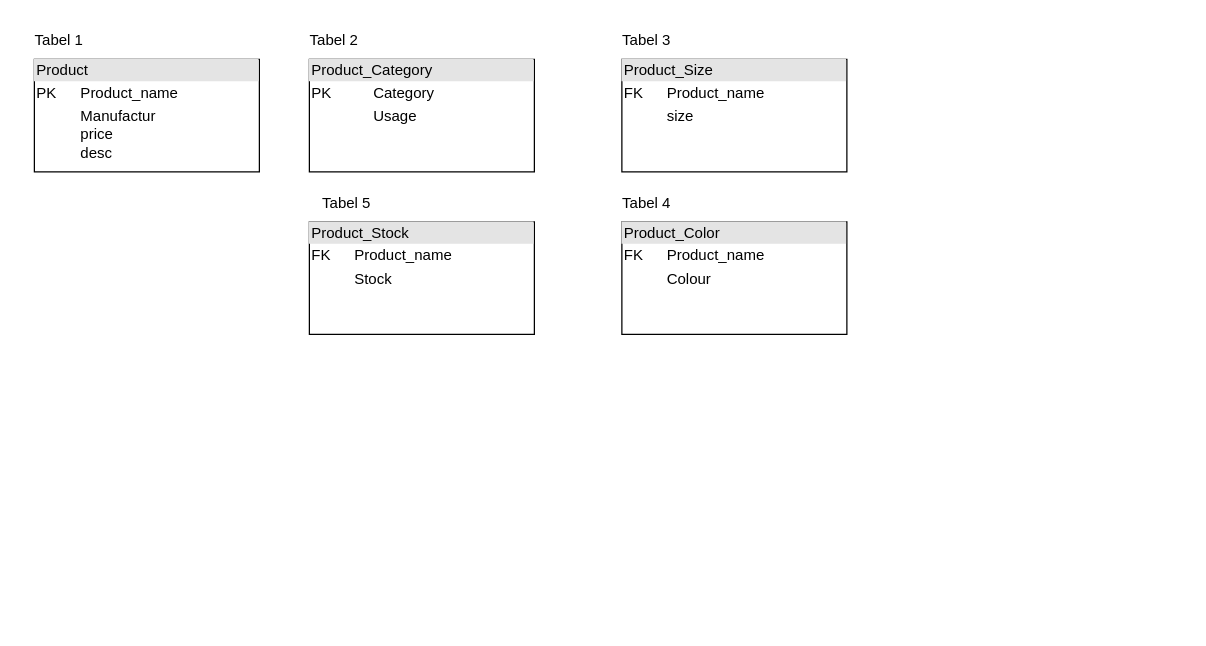
Before: praktikum_sbd.drawio in Ikhwanulhafidz09/Hafidzz, a draw.io diagram. Source tidied: cells renumbered, new cells numbered last; positions are measured from the earlier drawing's top-left corner, leaving out a move shared by most shapes. Both pictures are drawn from the tidied source at 125%, with x=0, y=0 at pixel (21, 21).
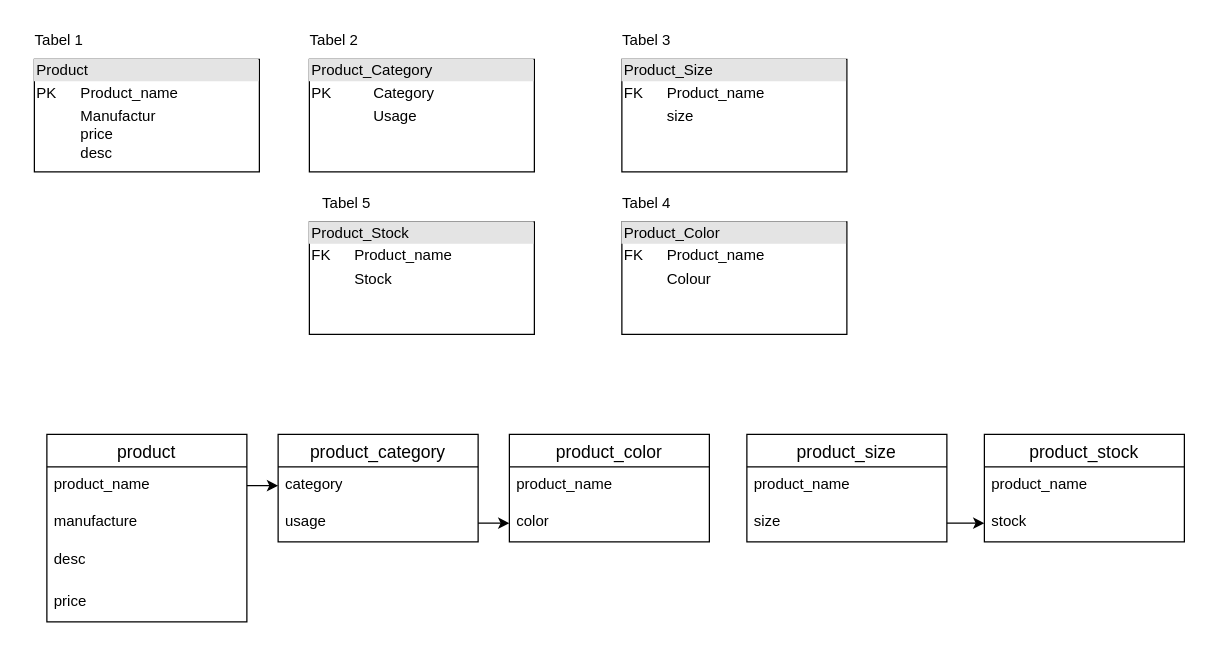
Above is the later version.

Change to the diagram source:
```diff
@@
+    <mxCell id="12" style="edgeStyle=orthogonalEdgeStyle;rounded=0;jettySize=auto;html=1;exitX=1;exitY=0.5;exitDx=0;exitDy=0;entryX=0;entryY=0.5;entryDx=0;entryDy=0;" parent="1" edge="1" source="14" target="19">
+      <mxGeometry relative="1" as="geometry" />
+    </mxCell>
+    <mxCell id="13" value="product" style="swimlane;fontStyle=0;horizontal=1;startSize=26;align=center;fontSize=14;" parent="1" vertex="1">
+      <mxGeometry x="20" y="330" width="160" height="150" as="geometry" />
+    </mxCell>
+    <mxCell id="14" value="product_name" style="text;strokeColor=none;fillColor=none;spacingLeft=4;spacingRight=4;overflow=hidden;points=[[0,0.5],[1,0.5]];portConstraint=eastwest;fontSize=12;whiteSpace=wrap;html=1;" parent="13" vertex="1">
+      <mxGeometry y="26" width="160" height="30" as="geometry" />
+    </mxCell>
+    <mxCell id="15" value="manufacture" style="text;strokeColor=none;fillColor=none;spacingLeft=4;spacingRight=4;overflow=hidden;fontSize=12;whiteSpace=wrap;html=1;" parent="13" vertex="1">
+      <mxGeometry y="56" width="160" height="30" as="geometry" />
+    </mxCell>
+    <mxCell id="16" value="desc&lt;div&gt;&lt;br&gt;&lt;/div&gt;" style="text;strokeColor=none;fillColor=none;spacingLeft=4;spacingRight=4;overflow=hidden;fontSize=12;whiteSpace=wrap;html=1;" parent="13" vertex="1">
+      <mxGeometry y="86" width="160" height="34" as="geometry" />
+    </mxCell>
+    <mxCell id="17" value="price" style="text;strokeColor=none;fillColor=none;spacingLeft=4;spacingRight=4;overflow=hidden;fontSize=12;whiteSpace=wrap;html=1;" parent="13" vertex="1">
+      <mxGeometry y="120" width="160" height="30" as="geometry" />
+    </mxCell>
+    <mxCell id="18" value="product_category" style="swimlane;fontStyle=0;horizontal=1;startSize=26;align=center;fontSize=14;" parent="1" vertex="1">
+      <mxGeometry x="205" y="330" width="160" height="86" as="geometry" />
+    </mxCell>
+    <mxCell id="19" value="category" style="text;strokeColor=none;fillColor=none;spacingLeft=4;spacingRight=4;overflow=hidden;points=[[0,0.5],[1,0.5]];portConstraint=eastwest;fontSize=12;whiteSpace=wrap;html=1;" parent="18" vertex="1">
+      <mxGeometry y="26" width="160" height="30" as="geometry" />
+    </mxCell>
+    <mxCell id="20" value="usage" style="text;strokeColor=none;fillColor=none;spacingLeft=4;spacingRight=4;overflow=hidden;points=[[0,0.5],[1,0.5]];portConstraint=eastwest;fontSize=12;whiteSpace=wrap;html=1;" parent="18" vertex="1">
+      <mxGeometry y="56" width="160" height="30" as="geometry" />
+    </mxCell>
+    <mxCell id="21" value="product_color" style="swimlane;fontStyle=0;horizontal=1;startSize=26;align=center;fontSize=14;" parent="1" vertex="1">
+      <mxGeometry x="390" y="330" width="160" height="86" as="geometry" />
+    </mxCell>
+    <mxCell id="22" value="product_name" style="text;strokeColor=none;fillColor=none;spacingLeft=4;spacingRight=4;overflow=hidden;fontSize=12;whiteSpace=wrap;html=1;" parent="21" vertex="1">
+      <mxGeometry y="26" width="160" height="30" as="geometry" />
+    </mxCell>
+    <mxCell id="23" value="color" style="text;strokeColor=none;fillColor=none;spacingLeft=4;spacingRight=4;overflow=hidden;points=[[0,0.5],[1,0.5]];portConstraint=eastwest;fontSize=12;whiteSpace=wrap;html=1;" parent="21" vertex="1">
+      <mxGeometry y="56" width="160" height="30" as="geometry" />
+    </mxCell>
+    <mxCell id="24" style="edgeStyle=orthogonalEdgeStyle;rounded=0;jettySize=auto;html=1;entryX=0;entryY=0.5;entryDx=0;entryDy=0;" parent="1" edge="1" source="20" target="23">
+      <mxGeometry relative="1" as="geometry" />
+    </mxCell>
+    <mxCell id="25" value="product_size" style="swimlane;fontStyle=0;horizontal=1;startSize=26;align=center;fontSize=14;" parent="1" vertex="1">
+      <mxGeometry x="580" y="330" width="160" height="86" as="geometry" />
+    </mxCell>
+    <mxCell id="26" value="product_name" style="text;strokeColor=none;fillColor=none;spacingLeft=4;spacingRight=4;overflow=hidden;fontSize=12;whiteSpace=wrap;html=1;" parent="25" vertex="1">
+      <mxGeometry y="26" width="160" height="30" as="geometry" />
+    </mxCell>
+    <mxCell id="27" value="size" style="text;strokeColor=none;fillColor=none;spacingLeft=4;spacingRight=4;overflow=hidden;points=[[0,0.5],[1,0.5]];portConstraint=eastwest;fontSize=12;whiteSpace=wrap;html=1;" parent="25" vertex="1">
+      <mxGeometry y="56" width="160" height="30" as="geometry" />
+    </mxCell>
+    <mxCell id="28" value="product_stock" style="swimlane;fontStyle=0;horizontal=1;startSize=26;align=center;fontSize=14;" parent="1" vertex="1">
+      <mxGeometry x="770" y="330" width="160" height="86" as="geometry" />
+    </mxCell>
+    <mxCell id="29" value="product_name" style="text;strokeColor=none;fillColor=none;spacingLeft=4;spacingRight=4;overflow=hidden;fontSize=12;whiteSpace=wrap;html=1;" parent="28" vertex="1">
+      <mxGeometry y="26" width="160" height="30" as="geometry" />
+    </mxCell>
+    <mxCell id="30" value="stock" style="text;strokeColor=none;fillColor=none;spacingLeft=4;spacingRight=4;overflow=hidden;points=[[0,0.5],[1,0.5]];portConstraint=eastwest;fontSize=12;whiteSpace=wrap;html=1;" parent="28" vertex="1">
+      <mxGeometry y="56" width="160" height="30" as="geometry" />
+    </mxCell>
+    <mxCell id="31" style="edgeStyle=orthogonalEdgeStyle;rounded=0;jettySize=auto;html=1;" parent="1" edge="1" source="27" target="30">
+      <mxGeometry relative="1" as="geometry" />
+    </mxCell>
```
